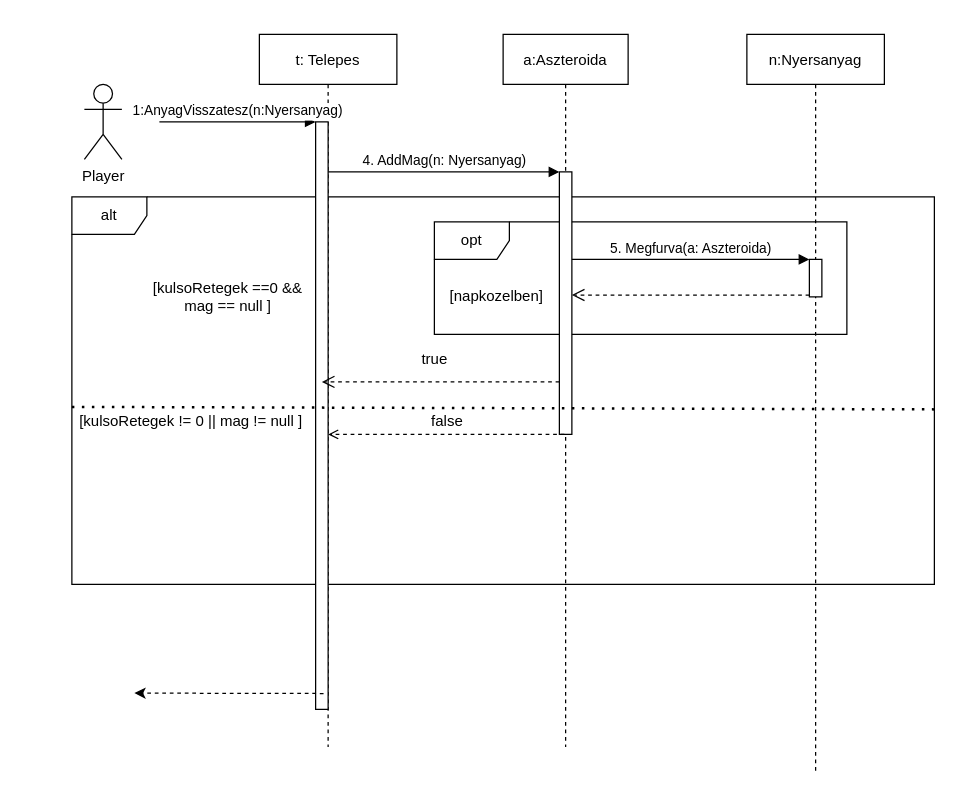
Before: doc/uml/placeTeleport.drawio in torpeBoiGo/aszteroidabanyaszat, a draw.io diagram. Source tidied: cells renumbered, new cells numbered last; positions are measured from the earlier drawing's top-left corner, leaving out a move shared by most shapes. Both pictures are drawn from the tidied source at 125%, with x=0, y=0 at pixel (71, 34).
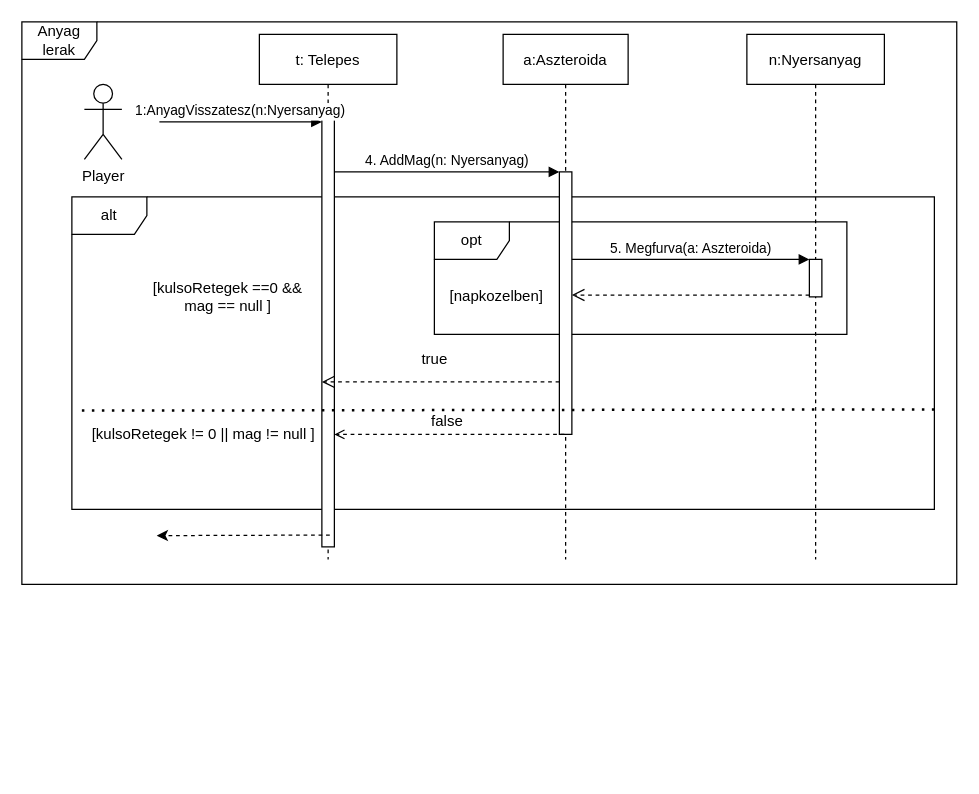
After the change.

Change to the diagram source:
```diff
@@
     <mxCell id="3" value="alt" style="shape=umlFrame;whiteSpace=wrap;html=1;" parent="1" vertex="1">
-      <mxGeometry y="130" width="690" height="310" as="geometry" />
+      <mxGeometry y="130" width="690" height="250" as="geometry" />
     </mxCell>
     <mxCell id="4" value="n:Nyersanyag" style="shape=umlLifeline;perimeter=lifelinePerimeter;rounded=0;shadow=0;strokeWidth=1;" parent="1" vertex="1">
-      <mxGeometry x="540" width="110" height="590" as="geometry" />
+      <mxGeometry x="540" width="110" height="420" as="geometry" />
     </mxCell>
     <mxCell id="5" value="t: Telepes" style="shape=umlLifeline;perimeter=lifelinePerimeter;rounded=0;shadow=0;strokeWidth=1;" parent="1" vertex="1">
-      <mxGeometry x="150" width="110" height="570" as="geometry" />
+      <mxGeometry x="150" width="110" height="420" as="geometry" />
     </mxCell>
     <mxCell id="6" style="points=[];perimeter=orthogonalPerimeter;rounded=0;shadow=0;strokeWidth=1;" parent="5" vertex="1">
-      <mxGeometry x="45" y="70" width="10" height="470" as="geometry" />
+      <mxGeometry x="50" y="60" width="10" height="350" as="geometry" />
     </mxCell>
@@
     <mxCell id="8" value="a:Aszteroida" style="shape=umlLifeline;perimeter=lifelinePerimeter;rounded=0;shadow=0;strokeWidth=1;" parent="1" vertex="1">
-      <mxGeometry x="345" width="100" height="570" as="geometry" />
+      <mxGeometry x="345" width="100" height="420" as="geometry" />
     </mxCell>
@@
     <mxCell id="10" style="endArrow=classic;html=1;dashed=1;strokeColor=#000000;exitX=0.633;exitY=0.973;exitDx=0;exitDy=0;exitPerimeter=0;" parent="1" edge="1" source="6">
       <mxGeometry relative="1" as="geometry">
-        <mxPoint x="50" y="527" as="targetPoint" />
+        <mxPoint x="67.9" y="401" as="targetPoint" />
       </mxGeometry>
     </mxCell>
@@
     <mxCell id="20" value="&lt;span&gt;[kulsoRetegek != 0 || mag != null ]&lt;/span&gt;" style="text;html=1;align=center;verticalAlign=middle;" parent="1" vertex="1">
-      <mxGeometry y="300" width="190" height="20" as="geometry" />
+      <mxGeometry x="10" y="310" width="190" height="20" as="geometry" />
     </mxCell>
@@
-    <mxCell id="22" style="endArrow=none;dashed=1;html=1;dashPattern=1 3;strokeWidth=2;entryX=-0.003;entryY=0.542;entryDx=0;entryDy=0;entryPerimeter=0;" parent="1" edge="1" target="3">
+    <mxCell id="22" style="endArrow=none;dashed=1;html=1;dashPattern=1 3;strokeWidth=2;" parent="1" edge="1">
       <mxGeometry relative="1" as="geometry">
         <mxPoint x="690" y="300" as="sourcePoint" />
+        <mxPoint x="7.9" y="301" as="targetPoint" />
       </mxGeometry>
     </mxCell>
@@
+    <mxCell id="24" value="Anyag lerak" style="shape=umlFrame;whiteSpace=wrap;html=1;" parent="1" vertex="1">
+      <mxGeometry x="-40" y="-10" width="747.9" height="450" as="geometry" />
+    </mxCell>
```
